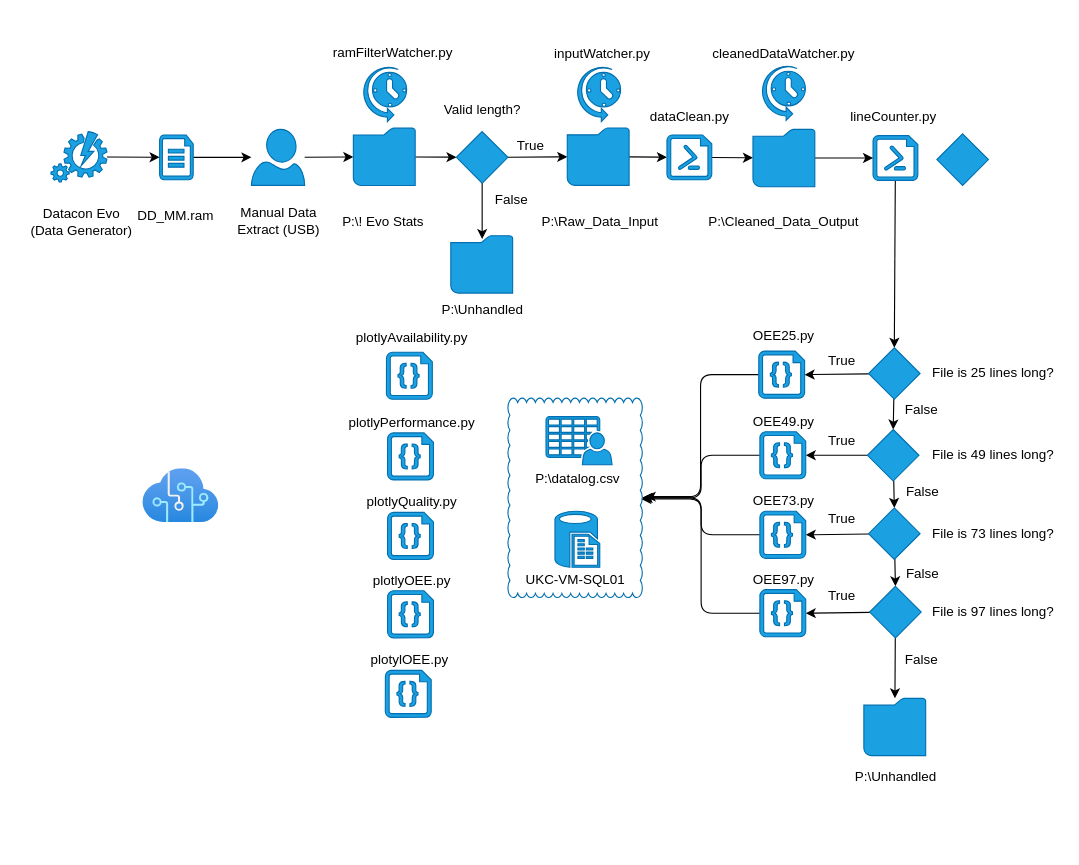
Above: architecture.drawio in JamesB-lab/OEE_DASHBOARD (draw.io), before the change. Source tidied: cells renumbered, new cells numbered last; positions are measured from the earlier drawing's top-left corner, leaving out a move shared by most shapes. Both pictures are drawn from the tidied source at 112%, with x=0, y=0 at pixel (19, 41).
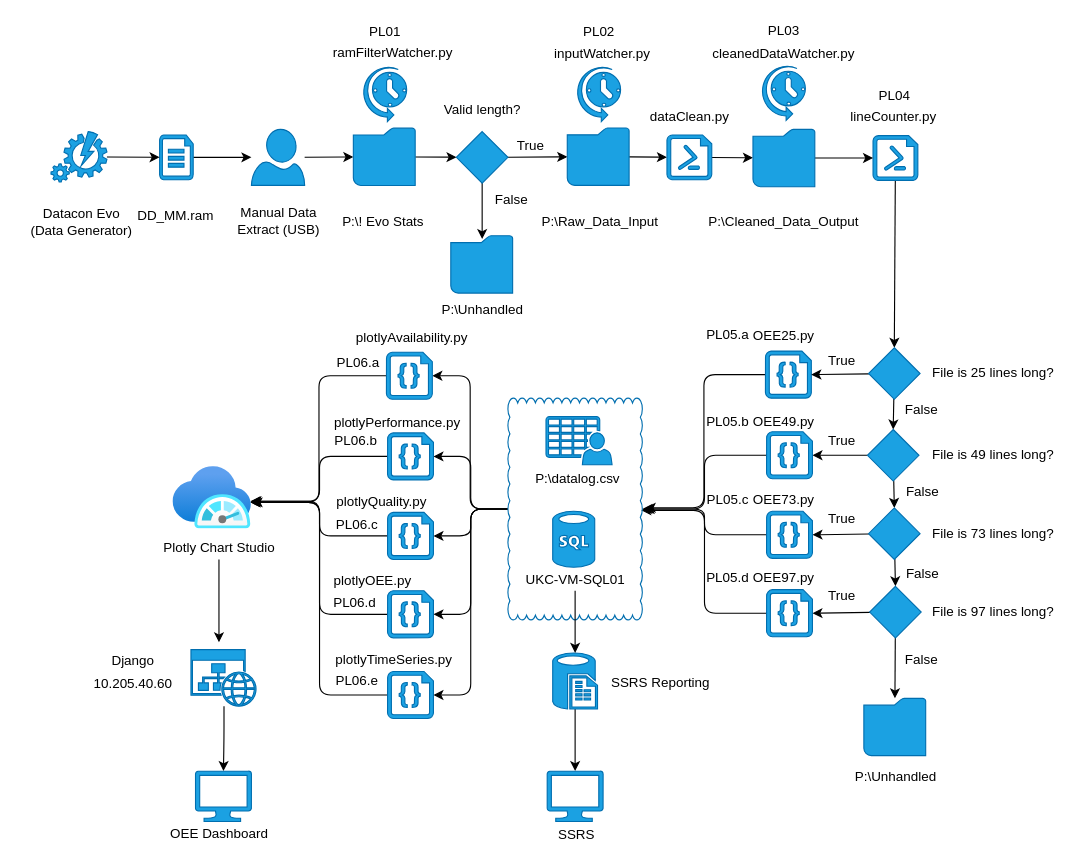
After the change.

Commit message (it also covers changes not shown here):
finished draw.io architecture drawing, beginning code clean up and commenting now

The change refers to these unchanged cells:
```xml
<mxCell id="83" value="UKC-VM-SQL01" style="text;html=1;align=center;verticalAlign=middle;points=[];fillColor=none;strokeColor=none;rounded=0;" parent="1" vertex="1">
  <mxGeometry x="446" y="470" width="100" height="20" as="geometry" />
</mxCell>
<mxCell id="85" style="verticalLabelPosition=bottom;html=1;verticalAlign=top;align=center;strokeColor=#006EAF;fillColor=#1ba1e2;shape=mxgraph.azure.code_file;fontColor=#ffffff;" parent="1" vertex="1">
  <mxGeometry x="327.5" y="277" width="41" height="42" as="geometry" />
</mxCell>
<mxCell id="87" style="verticalLabelPosition=bottom;html=1;verticalAlign=top;align=center;strokeColor=#006EAF;fillColor=#1ba1e2;shape=mxgraph.azure.code_file;fontColor=#ffffff;" parent="1" vertex="1">
  <mxGeometry x="328.5" y="349" width="41" height="42" as="geometry" />
</mxCell>
<mxCell id="89" style="verticalLabelPosition=bottom;html=1;verticalAlign=top;align=center;strokeColor=#006EAF;fillColor=#1ba1e2;shape=mxgraph.azure.code_file;fontColor=#ffffff;" parent="1" vertex="1">
  <mxGeometry x="328.5" y="420" width="41" height="42" as="geometry" />
</mxCell>
<mxCell id="91" style="verticalLabelPosition=bottom;html=1;verticalAlign=top;align=center;strokeColor=#006EAF;fillColor=#1ba1e2;shape=mxgraph.azure.code_file;fontColor=#ffffff;" parent="1" vertex="1">
  <mxGeometry x="328.5" y="490" width="41" height="42" as="geometry" />
</mxCell>
```

Change to the diagram source:
```diff
@@
     <mxCell id="3" style="verticalLabelPosition=bottom;html=1;verticalAlign=top;align=center;strokeColor=#006EAF;fillColor=#1ba1e2;shape=mxgraph.azure.code_file;fontColor=#ffffff;" parent="1" vertex="1">
-      <mxGeometry x="659.9" y="276" width="41" height="42" as="geometry" />
+      <mxGeometry x="665.9" y="276" width="41" height="42" as="geometry" />
     </mxCell>
@@
+    <mxCell id="95" style="edgeStyle=orthogonalEdgeStyle;html=1;entryX=0.5;entryY=0;entryDx=0;entryDy=0;entryPerimeter=0;" parent="1" edge="1" source="9" target="115">
+      <mxGeometry relative="1" as="geometry" />
+    </mxCell>
     <mxCell id="9" style="verticalLabelPosition=bottom;html=1;verticalAlign=top;align=center;strokeColor=#006EAF;fillColor=#1ba1e2;shape=mxgraph.azure.sql_reporting;fontColor=#ffffff;" parent="1" vertex="1">
-      <mxGeometry x="478" y="419" width="40" height="50" as="geometry" />
+      <mxGeometry x="476" y="545.5" width="40" height="50" as="geometry" />
     </mxCell>
@@
-    <mxCell id="30" style="rhombus;whiteSpace=wrap;html=1;fillColor=#1ba1e2;fontColor=#ffffff;strokeColor=#006EAF;" parent="1" vertex="1">
-      <mxGeometry x="819" y="82" width="46" height="46" as="geometry" />
-    </mxCell>
@@
     <mxCell id="66" style="verticalLabelPosition=bottom;html=1;verticalAlign=top;align=center;strokeColor=#006EAF;fillColor=#1ba1e2;shape=mxgraph.azure.code_file;fontColor=#ffffff;" parent="1" vertex="1">
-      <mxGeometry x="660.9" y="348" width="41" height="42" as="geometry" />
+      <mxGeometry x="666.9" y="348" width="41" height="42" as="geometry" />
     </mxCell>
@@
-    <mxCell id="68" style="edgeStyle=orthogonalEdgeStyle;html=1;" parent="1" edge="1" source="69" target="82">
+    <mxCell id="68" style="edgeStyle=orthogonalEdgeStyle;html=1;entryX=1.017;entryY=0.5;entryDx=0;entryDy=0;entryPerimeter=0;" parent="1" edge="1" source="69" target="82">
       <mxGeometry relative="1" as="geometry" />
     </mxCell>
     <mxCell id="69" style="verticalLabelPosition=bottom;html=1;verticalAlign=top;align=center;strokeColor=#006EAF;fillColor=#1ba1e2;shape=mxgraph.azure.code_file;fontColor=#ffffff;" parent="1" vertex="1">
-      <mxGeometry x="660.9" y="419" width="41" height="42" as="geometry" />
+      <mxGeometry x="666.9" y="419" width="41" height="42" as="geometry" />
     </mxCell>
     <mxCell id="70" value="OEE73.py" style="text;html=1;align=center;verticalAlign=middle;fillColor=none;strokeColor=none;rounded=0;" parent="1" vertex="1">
-      <mxGeometry x="647.4" y="400" width="70" height="20" as="geometry" />
+      <mxGeometry x="647.4" y="399" width="70" height="20" as="geometry" />
     </mxCell>
@@
     <mxCell id="72" style="verticalLabelPosition=bottom;html=1;verticalAlign=top;align=center;strokeColor=#006EAF;fillColor=#1ba1e2;shape=mxgraph.azure.code_file;fontColor=#ffffff;" parent="1" vertex="1">
-      <mxGeometry x="660.9" y="489" width="41" height="42" as="geometry" />
+      <mxGeometry x="666.9" y="489" width="41" height="42" as="geometry" />
     </mxCell>
     <mxCell id="73" value="OEE97.py" style="text;html=1;align=center;verticalAlign=middle;fillColor=none;strokeColor=none;rounded=0;" parent="1" vertex="1">
-      <mxGeometry x="647.4" y="470" width="70" height="20" as="geometry" />
+      <mxGeometry x="647.4" y="469" width="70" height="20" as="geometry" />
     </mxCell>
@@
+    <mxCell id="96" style="edgeStyle=orthogonalEdgeStyle;html=1;entryX=1;entryY=0.5;entryDx=0;entryDy=0;entryPerimeter=0;" parent="1" edge="1" source="82" target="85">
+      <mxGeometry relative="1" as="geometry" />
+    </mxCell>
+    <mxCell id="97" style="edgeStyle=orthogonalEdgeStyle;html=1;entryX=1;entryY=0.5;entryDx=0;entryDy=0;entryPerimeter=0;" parent="1" edge="1" source="82" target="87">
+      <mxGeometry relative="1" as="geometry" />
+    </mxCell>
+    <mxCell id="98" style="edgeStyle=orthogonalEdgeStyle;html=1;entryX=1;entryY=0.5;entryDx=0;entryDy=0;entryPerimeter=0;" parent="1" edge="1" source="82" target="89">
+      <mxGeometry relative="1" as="geometry" />
+    </mxCell>
+    <mxCell id="99" style="edgeStyle=orthogonalEdgeStyle;html=1;entryX=1;entryY=0.5;entryDx=0;entryDy=0;entryPerimeter=0;" parent="1" edge="1" source="82" target="91">
+      <mxGeometry relative="1" as="geometry" />
+    </mxCell>
+    <mxCell id="100" style="edgeStyle=orthogonalEdgeStyle;html=1;entryX=1;entryY=0.5;entryDx=0;entryDy=0;entryPerimeter=0;" parent="1" edge="1" source="82" target="131">
+      <mxGeometry relative="1" as="geometry" />
+    </mxCell>
     <mxCell id="82" style="whiteSpace=wrap;html=1;shape=mxgraph.basic.cloud_rect;fillColor=none;fontColor=#ffffff;strokeColor=#006EAF;" parent="1" vertex="1">
-      <mxGeometry x="436" y="318" width="120" height="178" as="geometry" />
+      <mxGeometry x="436" y="318" width="120" height="198" as="geometry" />
     </mxCell>
+    <mxCell id="101" style="edgeStyle=orthogonalEdgeStyle;html=1;entryX=0.5;entryY=0;entryDx=0;entryDy=0;entryPerimeter=0;" parent="1" edge="1" source="83" target="9">
+      <mxGeometry relative="1" as="geometry" />
+    </mxCell>
@@
-    <mxCell id="84" style="html=1;align=center;image;fontSize=12;image=img/lib/azure2/ai_machine_learning/Cognitive_Services.svg;fillColor=none;" parent="1" vertex="1">
-      <mxGeometry x="110" y="381" width="68" height="48" as="geometry" />
-    </mxCell>
+    <mxCell id="102" style="edgeStyle=orthogonalEdgeStyle;html=1;entryX=0.986;entryY=0.571;entryDx=0;entryDy=0;entryPerimeter=0;" parent="1" edge="1" source="85" target="113">
+      <mxGeometry relative="1" as="geometry" />
+    </mxCell>
@@
+    <mxCell id="103" style="edgeStyle=orthogonalEdgeStyle;html=1;entryX=1;entryY=0.554;entryDx=0;entryDy=0;entryPerimeter=0;" parent="1" edge="1" source="87" target="113">
+      <mxGeometry relative="1" as="geometry" />
+    </mxCell>
@@
     <mxCell id="88" value="plotlyPerformance.py" style="text;html=1;align=center;verticalAlign=middle;fillColor=none;strokeColor=none;rounded=0;" parent="1" vertex="1">
-      <mxGeometry x="285" y="330" width="130" height="20" as="geometry" />
+      <mxGeometry x="272" y="330" width="130" height="20" as="geometry" />
     </mxCell>
+    <mxCell id="104" style="edgeStyle=orthogonalEdgeStyle;html=1;entryX=0.986;entryY=0.554;entryDx=0;entryDy=0;entryPerimeter=0;" parent="1" edge="1" source="89" target="113">
+      <mxGeometry relative="1" as="geometry" />
+    </mxCell>
@@
     <mxCell id="90" value="plotlyQuality.py" style="text;html=1;align=center;verticalAlign=middle;fillColor=none;strokeColor=none;rounded=0;" parent="1" vertex="1">
-      <mxGeometry x="300" y="401" width="100" height="20" as="geometry" />
+      <mxGeometry x="273" y="401" width="100" height="20" as="geometry" />
     </mxCell>
+    <mxCell id="105" style="edgeStyle=orthogonalEdgeStyle;html=1;entryX=0.986;entryY=0.571;entryDx=0;entryDy=0;entryPerimeter=0;" parent="1" edge="1" source="91" target="113">
+      <mxGeometry relative="1" as="geometry" />
+    </mxCell>
@@
     <mxCell id="92" value="plotlyOEE.py" style="text;html=1;align=center;verticalAlign=middle;fillColor=none;strokeColor=none;rounded=0;" parent="1" vertex="1">
-      <mxGeometry x="310" y="471" width="80" height="20" as="geometry" />
+      <mxGeometry x="275" y="471" width="80" height="20" as="geometry" />
     </mxCell>
-    <mxCell id="93" style="verticalLabelPosition=bottom;html=1;verticalAlign=top;align=center;strokeColor=#006EAF;fillColor=#1ba1e2;shape=mxgraph.azure.code_file;fontColor=#ffffff;" parent="1" vertex="1">
-      <mxGeometry x="326.5" y="561" width="41" height="42" as="geometry" />
-    </mxCell>
-    <mxCell id="94" value="plotylOEE.py" style="text;html=1;align=center;verticalAlign=middle;fillColor=none;strokeColor=none;rounded=0;" parent="1" vertex="1">
-      <mxGeometry x="308" y="542" width="80" height="20" as="geometry" />
+    <mxCell id="94" value="plotlyTimeSeries.py" style="text;html=1;align=center;verticalAlign=middle;fillColor=none;strokeColor=none;rounded=0;" parent="1" vertex="1">
+      <mxGeometry x="274" y="542" width="120" height="20" as="geometry" />
     </mxCell>
+    <mxCell id="106" style="verticalLabelPosition=bottom;html=1;verticalAlign=top;align=center;strokeColor=#006EAF;fillColor=#1ba1e2;shape=mxgraph.azure.sql_database;fontColor=#ffffff;" parent="1" vertex="1">
+      <mxGeometry x="476" y="419" width="37.5" height="50" as="geometry" />
+    </mxCell>
+    <mxCell id="107" value="SSRS Reporting" style="text;html=1;align=center;verticalAlign=middle;fillColor=none;strokeColor=none;rounded=0;" parent="1" vertex="1">
+      <mxGeometry x="521.8" y="562" width="100" height="20" as="geometry" />
+    </mxCell>
+    <mxCell id="108" style="edgeStyle=orthogonalEdgeStyle;html=1;" parent="1" edge="1" source="109">
+      <mxGeometry relative="1" as="geometry">
+        <mxPoint x="178" y="536" as="targetPoint" />
+      </mxGeometry>
+    </mxCell>
+    <mxCell id="109" value="Plotly Chart Studio" style="text;html=1;align=center;verticalAlign=middle;points=[];fillColor=none;strokeColor=none;rounded=0;" parent="1" vertex="1">
+      <mxGeometry x="123" y="442" width="110" height="20" as="geometry" />
+    </mxCell>
+    <mxCell id="110" style="edgeStyle=orthogonalEdgeStyle;html=1;entryX=0.5;entryY=0;entryDx=0;entryDy=0;entryPerimeter=0;" parent="1" edge="1" source="111" target="114">
+      <mxGeometry relative="1" as="geometry" />
+    </mxCell>
+    <mxCell id="111" style="verticalLabelPosition=bottom;html=1;verticalAlign=top;align=center;strokeColor=#006EAF;fillColor=#1ba1e2;shape=mxgraph.azure.website_generic;fontColor=#ffffff;" parent="1" vertex="1">
+      <mxGeometry x="153" y="542.5" width="59" height="50.5" as="geometry" />
+    </mxCell>
+    <mxCell id="112" value="SSRS" style="text;html=1;align=center;verticalAlign=middle;fillColor=none;strokeColor=none;rounded=0;" parent="1" vertex="1">
+      <mxGeometry x="471.8" y="698" width="50" height="20" as="geometry" />
+    </mxCell>
+    <mxCell id="113" style="html=1;points=[];align=center;image;fontSize=12;image=img/lib/azure2/monitor/SAP_Azure_Monitor.svg;" parent="1" vertex="1">
+      <mxGeometry x="137" y="379" width="70" height="56" as="geometry" />
+    </mxCell>
+    <mxCell id="114" style="verticalLabelPosition=bottom;html=1;verticalAlign=top;align=center;strokeColor=#006EAF;fillColor=#1ba1e2;shape=mxgraph.azure.computer;fontColor=#ffffff;" parent="1" vertex="1">
+      <mxGeometry x="157" y="651" width="50" height="45" as="geometry" />
+    </mxCell>
+    <mxCell id="115" style="verticalLabelPosition=bottom;html=1;verticalAlign=top;align=center;strokeColor=#006EAF;fillColor=#1ba1e2;shape=mxgraph.azure.computer;fontColor=#ffffff;" parent="1" vertex="1">
+      <mxGeometry x="471" y="651" width="50" height="45" as="geometry" />
+    </mxCell>
+    <mxCell id="116" value="OEE Dashboard" style="text;html=1;align=center;verticalAlign=middle;fillColor=none;strokeColor=none;rounded=0;" parent="1" vertex="1">
+      <mxGeometry x="128" y="697" width="100" height="20" as="geometry" />
+    </mxCell>
+    <mxCell id="117" value="10.205.40.60" style="text;html=1;align=center;verticalAlign=middle;fillColor=none;strokeColor=none;rounded=0;" parent="1" vertex="1">
+      <mxGeometry x="56" y="563" width="90" height="20" as="geometry" />
+    </mxCell>
+    <mxCell id="118" value="PL01" style="text;html=1;align=center;verticalAlign=middle;fillColor=none;strokeColor=none;rounded=0;" parent="1" vertex="1">
+      <mxGeometry x="305.6" y="-19" width="40" height="20" as="geometry" />
+    </mxCell>
+    <mxCell id="119" value="PL02" style="text;html=1;align=center;verticalAlign=middle;fillColor=none;strokeColor=none;rounded=0;" parent="1" vertex="1">
+      <mxGeometry x="496.6" y="-19" width="40" height="20" as="geometry" />
+    </mxCell>
+    <mxCell id="120" value="PL03" style="text;html=1;align=center;verticalAlign=middle;fillColor=none;strokeColor=none;rounded=0;" parent="1" vertex="1">
+      <mxGeometry x="661.6" y="-20" width="40" height="20" as="geometry" />
+    </mxCell>
+    <mxCell id="121" value="PL04" style="text;html=1;align=center;verticalAlign=middle;fillColor=none;strokeColor=none;rounded=0;" parent="1" vertex="1">
+      <mxGeometry x="761" y="38" width="40" height="20" as="geometry" />
+    </mxCell>
+    <mxCell id="122" value="PL05.a" style="text;html=1;align=center;verticalAlign=middle;fillColor=none;strokeColor=none;rounded=0;" parent="1" vertex="1">
+      <mxGeometry x="607" y="252" width="50" height="20" as="geometry" />
+    </mxCell>
+    <mxCell id="123" value="PL05.b" style="text;html=1;align=center;verticalAlign=middle;fillColor=none;strokeColor=none;rounded=0;" parent="1" vertex="1">
+      <mxGeometry x="606.6" y="329" width="50" height="20" as="geometry" />
+    </mxCell>
+    <mxCell id="124" value="PL05.c" style="text;html=1;align=center;verticalAlign=middle;fillColor=none;strokeColor=none;rounded=0;" parent="1" vertex="1">
+      <mxGeometry x="606.6" y="399" width="50" height="20" as="geometry" />
+    </mxCell>
+    <mxCell id="125" value="PL05.d" style="text;html=1;align=center;verticalAlign=middle;fillColor=none;strokeColor=none;rounded=0;" parent="1" vertex="1">
+      <mxGeometry x="607" y="469" width="50" height="20" as="geometry" />
+    </mxCell>
+    <mxCell id="126" value="PL06.a" style="text;html=1;align=center;verticalAlign=middle;fillColor=none;strokeColor=none;rounded=0;" parent="1" vertex="1">
+      <mxGeometry x="277" y="277" width="50" height="20" as="geometry" />
+    </mxCell>
+    <mxCell id="127" value="PL06.b" style="text;html=1;align=center;verticalAlign=middle;fillColor=none;strokeColor=none;rounded=0;" parent="1" vertex="1">
+      <mxGeometry x="274.5" y="346" width="50" height="20" as="geometry" />
+    </mxCell>
+    <mxCell id="128" value="PL06.c" style="text;html=1;align=center;verticalAlign=middle;fillColor=none;strokeColor=none;rounded=0;" parent="1" vertex="1">
+      <mxGeometry x="275.6" y="421" width="50" height="20" as="geometry" />
+    </mxCell>
+    <mxCell id="129" value="PL06.d" style="text;html=1;align=center;verticalAlign=middle;fillColor=none;strokeColor=none;rounded=0;" parent="1" vertex="1">
+      <mxGeometry x="273.8" y="491" width="50" height="20" as="geometry" />
+    </mxCell>
+    <mxCell id="130" style="edgeStyle=orthogonalEdgeStyle;html=1;entryX=1.014;entryY=0.571;entryDx=0;entryDy=0;entryPerimeter=0;" parent="1" edge="1" source="131" target="113">
+      <mxGeometry relative="1" as="geometry" />
+    </mxCell>
+    <mxCell id="131" style="verticalLabelPosition=bottom;html=1;verticalAlign=top;align=center;strokeColor=#006EAF;fillColor=#1ba1e2;shape=mxgraph.azure.code_file;fontColor=#ffffff;" parent="1" vertex="1">
+      <mxGeometry x="328.5" y="562" width="41" height="42" as="geometry" />
+    </mxCell>
+    <mxCell id="132" value="PL06.e" style="text;html=1;align=center;verticalAlign=middle;fillColor=none;strokeColor=none;rounded=0;" parent="1" vertex="1">
+      <mxGeometry x="275.5" y="561" width="50" height="20" as="geometry" />
+    </mxCell>
+    <mxCell id="133" value="Django" style="text;html=1;align=center;verticalAlign=middle;fillColor=none;strokeColor=none;rounded=0;" parent="1" vertex="1">
+      <mxGeometry x="76" y="543" width="50" height="20" as="geometry" />
+    </mxCell>
```
